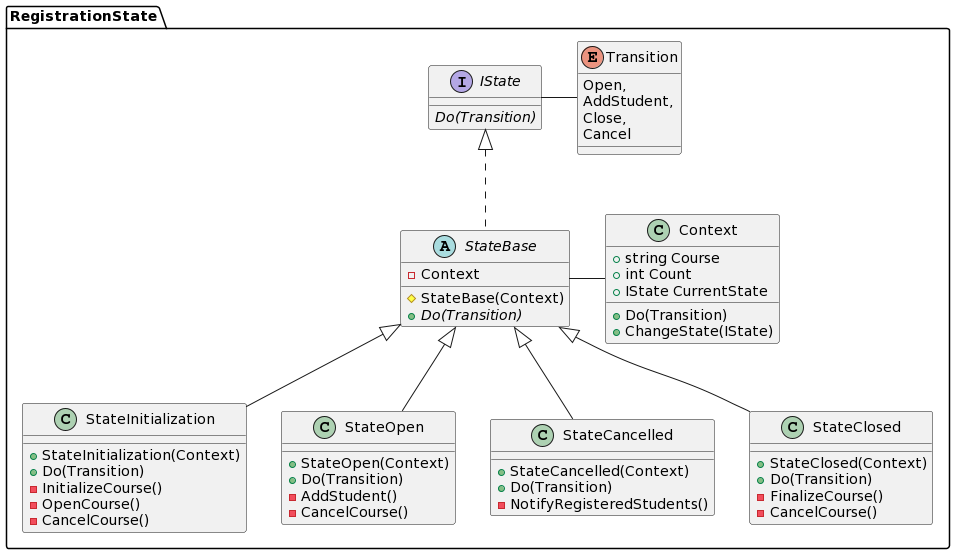
Earlier version of the PlantUML export LectureDemos/State-Transition/class-diagram.png (jeff-adkisson/swe-3313-fall-2022).
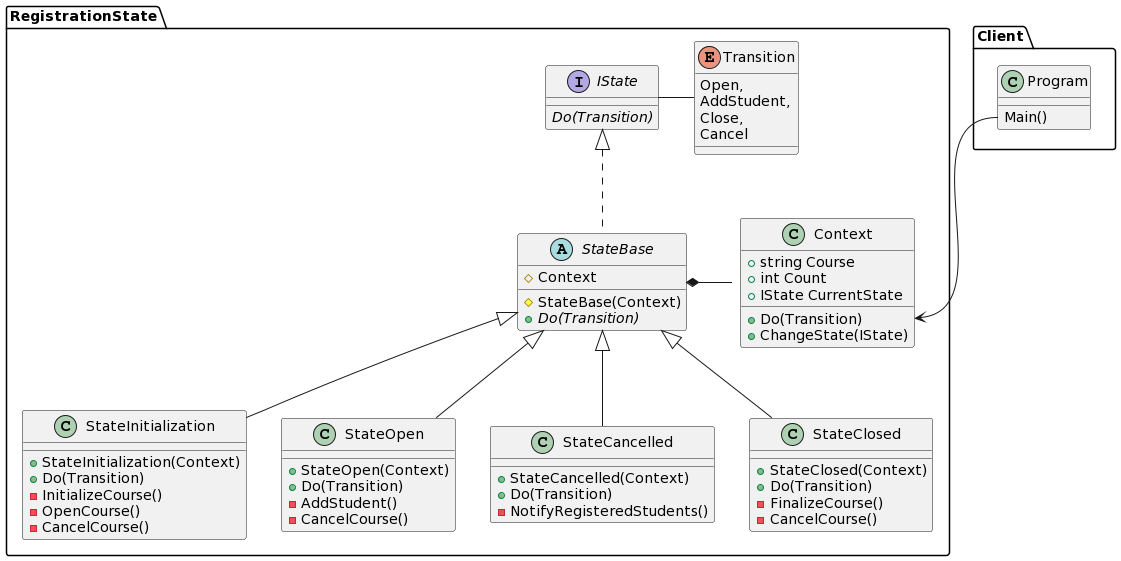
After the change.

What changed in the source:
```diff
@@ -1,4 +1,13 @@
 @startuml
+
+
+
+package Client {
+  class Program {
+    Main()
+  }
+}
+
 
 package RegistrationState {
 
@@ -23,7 +32,8 @@
     }
 
     abstract class StateBase {
-        - Context
+        # Context
+
         # StateBase(Context)
         + {abstract} Do(Transition)
     }
@@ -59,10 +69,12 @@
 
     IState - Transition
     IState <|.. StateBase
-    StateBase - Context
+    StateBase *- Context
     StateBase <|-- StateInitialization
     StateBase <|-- StateOpen
     StateBase <|-- StateCancelled
     StateBase <|-- StateClosed
 }
+
+Program::Main --> Context::Do
 @enduml
```
